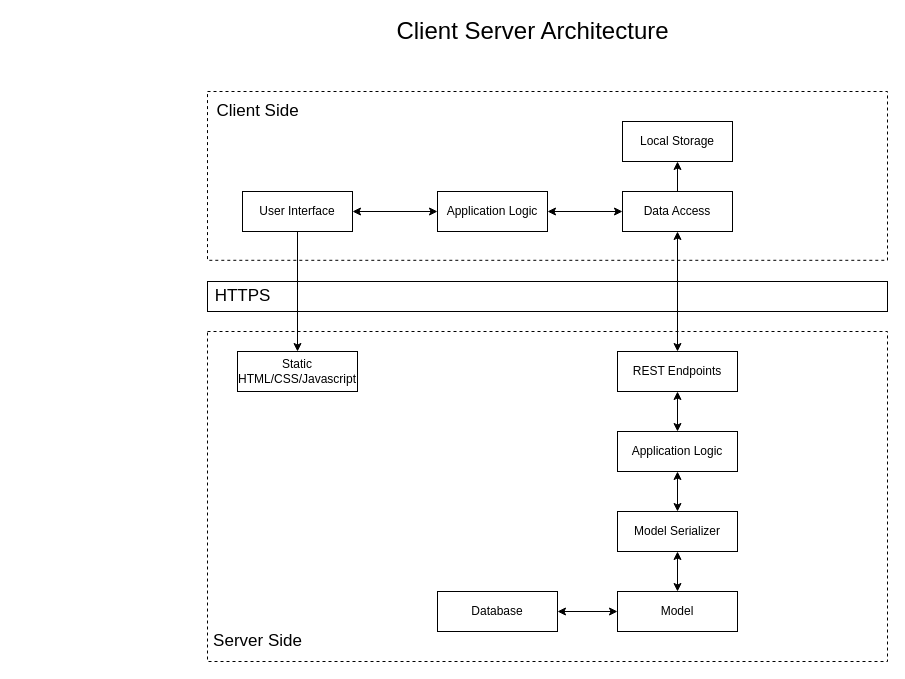
Before: Application Architecture.drawio in MarkyMan4/capstone-planning, a draw.io diagram. Source tidied: cells renumbered, new cells numbered last; positions are measured from the earlier drawing's top-left corner, leaving out a move shared by most shapes. Both pictures are drawn from the tidied source at 100%, with x=0, y=0 at pixel (207, 21). Pictures stored in the file or linked from it are replaced by grey dashed boxes.
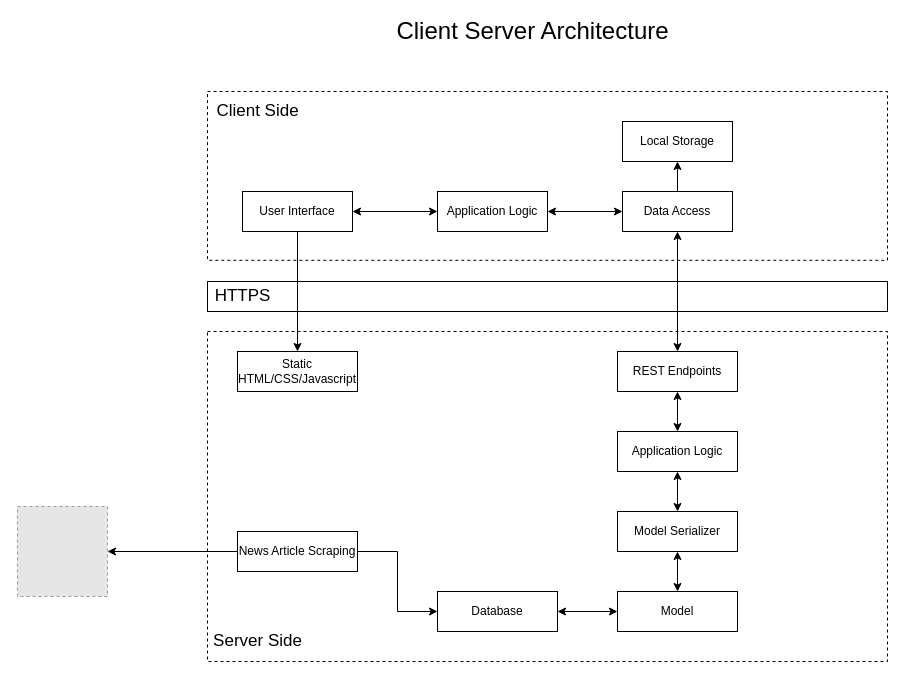
The same page after the edit.

The change refers to these unchanged cells:
```xml
<mxCell id="8" value="Database" style="rounded=0;whiteSpace=wrap;html=1;" parent="1" vertex="1">
  <mxGeometry x="230" y="570" width="120" height="40" as="geometry" />
</mxCell>
```

Change to the diagram source:
```diff
@@
+    <mxCell id="28" style="edgeStyle=orthogonalEdgeStyle;rounded=0;jettySize=auto;html=1;exitX=0;exitY=0.5;exitDx=0;exitDy=0;entryX=1;entryY=0.5;entryDx=0;entryDy=0;" parent="1" edge="1" source="30" target="31">
+      <mxGeometry relative="1" as="geometry" />
+    </mxCell>
+    <mxCell id="29" style="edgeStyle=orthogonalEdgeStyle;rounded=0;jettySize=auto;html=1;exitX=1;exitY=0.5;exitDx=0;exitDy=0;entryX=0;entryY=0.5;entryDx=0;entryDy=0;" parent="1" edge="1" source="30" target="8">
+      <mxGeometry relative="1" as="geometry" />
+    </mxCell>
+    <mxCell id="30" value="News Article Scraping" style="rounded=0;whiteSpace=wrap;html=1;" parent="1" vertex="1">
+      <mxGeometry x="30" y="510" width="120" height="40" as="geometry" />
+    </mxCell>
+    <mxCell id="31" style="fillColor=#E6E6E6;strokeColor=#999999;dashed=1;verticalLabelPosition=bottom;labelBackgroundColor=#ffffff;verticalAlign=top;" parent="1" vertex="1">
+      <mxGeometry x="-190" y="485" width="90" height="90" as="geometry" />
+    </mxCell>
```
